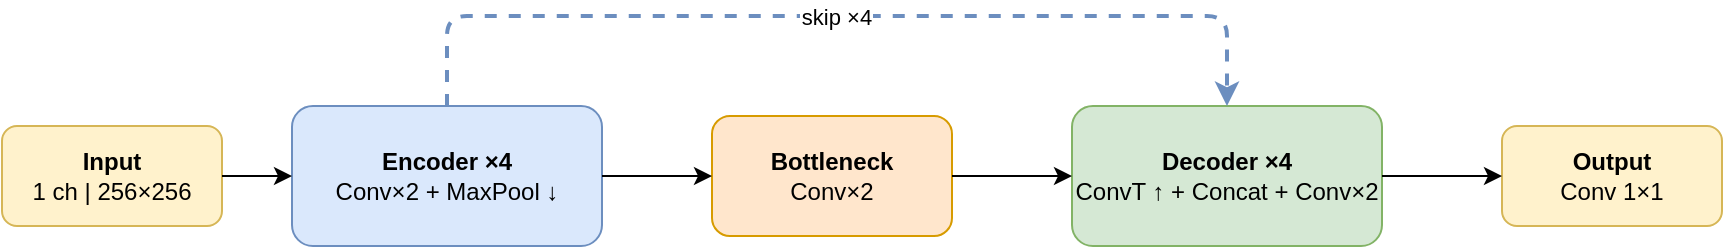
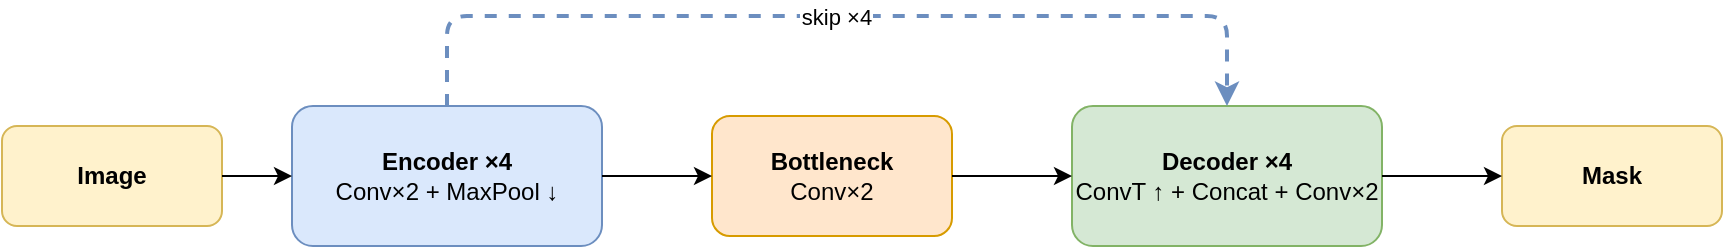
<mxfile host="65bd71144e">
    <diagram name="1. U-Net 2D" id="unet2d">
        <mxGraphModel dx="1303" dy="336" grid="1" gridSize="10" guides="1" tooltips="1" connect="1" arrows="1" fold="1" page="1" pageScale="1" pageWidth="860" pageHeight="180" math="0" shadow="0">
            <root>
                <mxCell id="0"/>
                <mxCell id="1" parent="0"/>
-                 <mxCell id="inp" value="&lt;b&gt;Input&lt;/b&gt;&lt;br&gt;1 ch | 256×256" style="rounded=1;whiteSpace=wrap;html=1;fillColor=#fff2cc;strokeColor=#d6b656;fontSize=12;" parent="1" vertex="1">
+                 <mxCell id="inp" value="&lt;b&gt;Image&lt;/b&gt;" style="rounded=1;whiteSpace=wrap;html=1;fillColor=#fff2cc;strokeColor=#d6b656;fontSize=12;" parent="1" vertex="1">
                    <mxGeometry x="10" y="80" width="110" height="50" as="geometry"/>
                </mxCell>
                <mxCell id="enc" value="&lt;b&gt;Encoder ×4&lt;/b&gt;&lt;br&gt;Conv×2 + MaxPool ↓" style="rounded=1;whiteSpace=wrap;html=1;fillColor=#dae8fc;strokeColor=#6c8ebf;fontSize=12;" parent="1" vertex="1">
                    <mxGeometry x="155" y="70" width="155" height="70" as="geometry"/>
                </mxCell>
                <mxCell id="bn" value="&lt;b&gt;Bottleneck&lt;/b&gt;&lt;br&gt;Conv×2" style="rounded=1;whiteSpace=wrap;html=1;fillColor=#ffe6cc;strokeColor=#d79b00;fontSize=12;" parent="1" vertex="1">
                    <mxGeometry x="365" y="75" width="120" height="60" as="geometry"/>
                </mxCell>
                <mxCell id="dec" value="&lt;b&gt;Decoder ×4&lt;/b&gt;&lt;br&gt;ConvT ↑ + Concat + Conv×2" style="rounded=1;whiteSpace=wrap;html=1;fillColor=#d5e8d4;strokeColor=#82b366;fontSize=12;" parent="1" vertex="1">
                    <mxGeometry x="545" y="70" width="155" height="70" as="geometry"/>
                </mxCell>
-                 <mxCell id="out" value="&lt;b&gt;Output&lt;/b&gt;&lt;br&gt;Conv 1×1" style="rounded=1;whiteSpace=wrap;html=1;fillColor=#fff2cc;strokeColor=#d6b656;fontSize=12;" parent="1" vertex="1">
+                 <mxCell id="out" value="&lt;b&gt;Mask&lt;/b&gt;" style="rounded=1;whiteSpace=wrap;html=1;fillColor=#fff2cc;strokeColor=#d6b656;fontSize=12;" parent="1" vertex="1">
                    <mxGeometry x="760" y="80" width="110" height="50" as="geometry"/>
                </mxCell>
                <mxCell id="e_inp_enc" value="" style="edgeStyle=orthogonalEdgeStyle;exitX=1;exitY=0.5;exitDx=0;exitDy=0;entryX=0;entryY=0.5;entryDx=0;entryDy=0;" parent="1" source="inp" target="enc" edge="1">
                    <mxGeometry relative="1" as="geometry"/>
                </mxCell>
                <mxCell id="e_enc_bn" value="" style="edgeStyle=orthogonalEdgeStyle;exitX=1;exitY=0.5;exitDx=0;exitDy=0;entryX=0;entryY=0.5;entryDx=0;entryDy=0;" parent="1" source="enc" target="bn" edge="1">
                    <mxGeometry relative="1" as="geometry"/>
                </mxCell>
                <mxCell id="e_bn_dec" value="" style="edgeStyle=orthogonalEdgeStyle;exitX=1;exitY=0.5;exitDx=0;exitDy=0;entryX=0;entryY=0.5;entryDx=0;entryDy=0;" parent="1" source="bn" target="dec" edge="1">
                    <mxGeometry relative="1" as="geometry"/>
                </mxCell>
                <mxCell id="e_dec_out" value="" style="edgeStyle=orthogonalEdgeStyle;exitX=1;exitY=0.5;exitDx=0;exitDy=0;entryX=0;entryY=0.5;entryDx=0;entryDy=0;" parent="1" source="dec" target="out" edge="1">
                    <mxGeometry relative="1" as="geometry"/>
                </mxCell>
                <mxCell id="skip" value="skip ×4" style="edgeStyle=orthogonalEdgeStyle;dashed=1;strokeColor=#6c8ebf;strokeWidth=2;fontSize=11;exitX=0.5;exitY=0;exitDx=0;exitDy=0;entryX=0.5;entryY=0;entryDx=0;entryDy=0;labelBackgroundColor=#ffffff;" parent="1" source="enc" target="dec" edge="1">
                    <mxGeometry relative="1" as="geometry">
                        <Array as="points">
                            <mxPoint x="232" y="25"/>
                            <mxPoint x="622" y="25"/>
                        </Array>
                    </mxGeometry>
                </mxCell>
            </root>
        </mxGraphModel>
    </diagram>
</mxfile>